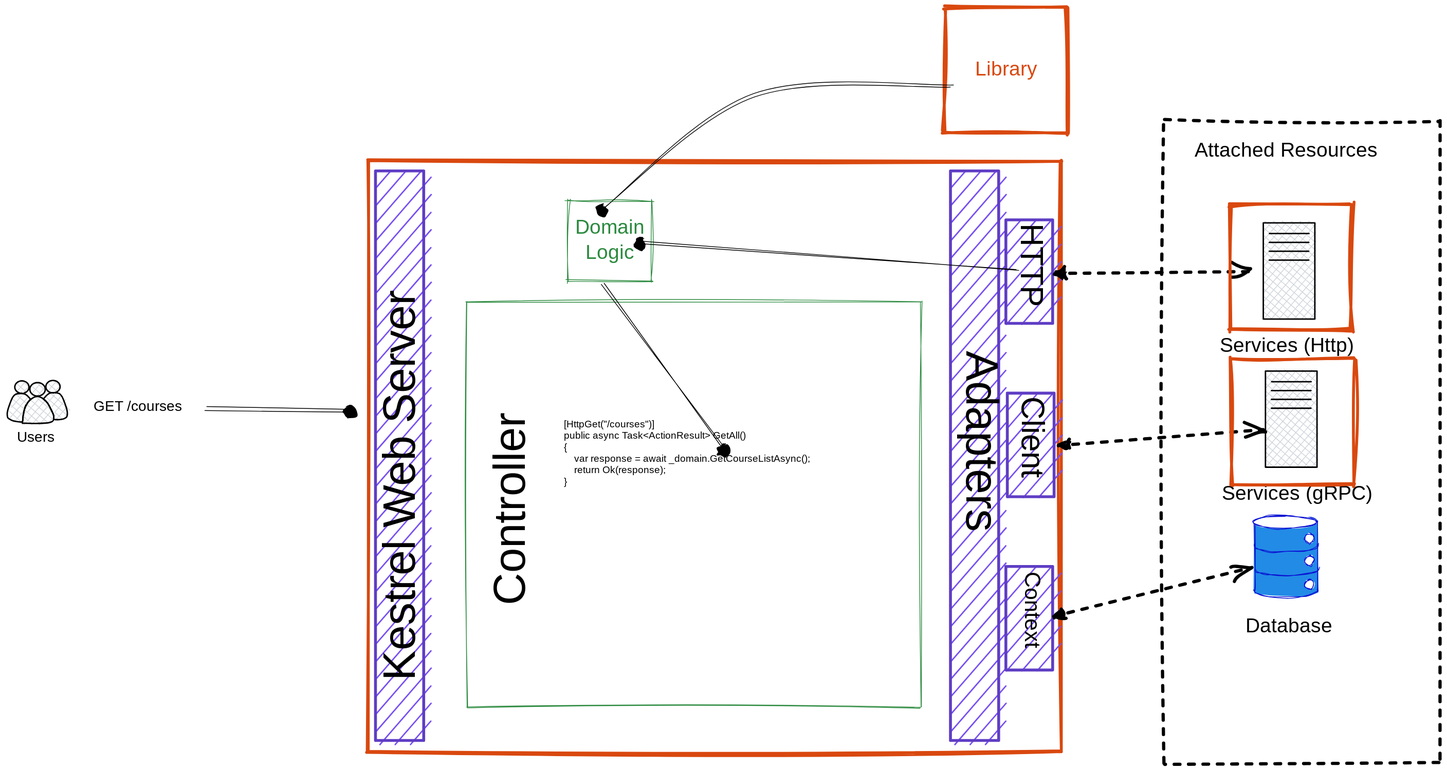
Above: instructor-notes/Services Testing Boundaries.excalidraw.svg in hypertheory-services/services-developer-testing-starter-nov-2022 (Excalidraw), before the change. Source tidied: one line per element, renumbered; positions are measured from the earlier drawing's top-left corner, leaving out a move shared by most shapes. Its diagram source:
```json
{"id": 0, "type": "rectangle", "strokeColor": "#d9480f", "strokeWidth": 4, "roughness": 2, "x": 501, "y": 214, "width": 964, "height": 821}
{"id": 1, "type": "rectangle", "strokeColor": "#000000", "backgroundColor": "#ced4da", "fillStyle": "cross-hatch", "strokeWidth": 2, "roughness": 0, "x": 1746, "y": 300, "width": 72, "height": 134}
{"id": 2, "type": "line", "strokeColor": "#000000", "backgroundColor": "#ced4da", "fillStyle": "cross-hatch", "strokeWidth": 2, "roughness": 0, "x": 1754, "y": 315, "width": 55, "height": 0, "points": [[0, 0], [55, 0]]}
{"id": 3, "type": "line", "strokeColor": "#000000", "backgroundColor": "#ced4da", "fillStyle": "cross-hatch", "strokeWidth": 2, "roughness": 0, "x": 1754, "y": 327, "width": 55, "height": 0, "points": [[0, 0], [55, 0]]}
{"id": 4, "type": "line", "strokeColor": "#000000", "backgroundColor": "#ced4da", "fillStyle": "cross-hatch", "strokeWidth": 2, "roughness": 0, "x": 1754, "y": 339, "width": 55, "height": 0, "points": [[0, 0], [55, 0]]}
{"id": 5, "type": "line", "strokeColor": "#000000", "backgroundColor": "#ced4da", "fillStyle": "cross-hatch", "strokeWidth": 2, "roughness": 0, "x": 1754, "y": 352, "width": 55, "height": 0, "points": [[0, 0], [55, 0]]}
{"id": 6, "type": "text", "text": "Attached Resources", "strokeColor": "#000000", "strokeWidth": 4, "roughness": 2, "fontSize": 28, "fontFamily": 1, "x": 1650, "y": 183, "width": 281, "height": 35}
{"id": 7, "type": "rectangle", "strokeColor": "#5f3dc4", "backgroundColor": "#7950f2", "fillStyle": "hachure", "strokeWidth": 4, "roughness": 0, "x": 512, "y": 228, "width": 67, "height": 792}
{"id": 8, "type": "text", "text": "Kestrel Web Server", "strokeColor": "#000000", "angle": 4.71, "backgroundColor": "#7950f2", "fillStyle": "hachure", "strokeWidth": 4, "roughness": 2, "fontSize": 62.76, "fontFamily": 1, "x": 254, "y": 601, "width": 592, "height": 79}
{"id": 9, "type": "rectangle", "strokeColor": "#5f3dc4", "backgroundColor": "#7950f2", "fillStyle": "hachure", "strokeWidth": 4, "roughness": 0, "x": 1311, "y": 228, "width": 67, "height": 792}
{"id": 10, "type": "text", "text": "Adapters", "strokeColor": "#000000", "angle": 1.57, "backgroundColor": "#7950f2", "fillStyle": "hachure", "strokeWidth": 4, "roughness": 2, "fontSize": 62.76, "fontFamily": 1, "x": 1208, "y": 580, "width": 283, "height": 79}
{"id": 11, "type": "rectangle", "strokeColor": "#000000", "strokeWidth": 4, "strokeStyle": "dashed", "roughness": 2, "x": 1608, "y": 158, "width": 383, "height": 893}
{"id": 12, "type": "rectangle", "strokeColor": "#5f3dc4", "backgroundColor": "#7950f2", "fillStyle": "hachure", "strokeWidth": 4, "roughness": 0, "x": 1388, "y": 296, "width": 65, "height": 144}
{"id": 13, "type": "text", "text": "HTTP", "strokeColor": "#000000", "angle": 1.57, "backgroundColor": "#7950f2", "fillStyle": "hachure", "strokeWidth": 4, "roughness": 2, "fontSize": 44.18, "fontFamily": 1, "x": 1356, "y": 336, "width": 127, "height": 56}
{"id": 14, "type": "arrow", "strokeColor": "#000000", "strokeWidth": 4, "strokeStyle": "dashed", "roughness": 2, "startArrowhead": "triangle", "endArrowhead": "arrow", "from": 13, "to": 1, "x": 1457, "y": 369, "width": 274, "height": 3, "points": [[0, 0], [274, -3]]}
{"id": 15, "type": "text", "text": "Users", "strokeColor": "#000000", "backgroundColor": "white", "fillStyle": "solid", "strokeWidth": 1, "roughness": 1, "fontSize": 20, "fontFamily": 1, "x": 13, "y": 586, "width": 58, "height": 25}
{"id": 16, "type": "ellipse", "strokeColor": "#000000", "backgroundColor": "#ced4da", "fillStyle": "cross-hatch", "strokeWidth": 2, "roughness": 0, "x": 54, "y": 519, "width": 20, "height": 17}
{"id": 17, "type": "ellipse", "strokeColor": "#000000", "backgroundColor": "#ced4da", "fillStyle": "cross-hatch", "strokeWidth": 2, "roughness": 0, "x": 11, "y": 520, "width": 20, "height": 17}
{"id": 18, "type": "line", "strokeColor": "#000000", "backgroundColor": "#ced4da", "fillStyle": "cross-hatch", "strokeWidth": 2, "roughness": 0, "x": 21, "y": 579, "width": 42, "height": 37, "points": [[0, 0], [5, -25], [20, -37], [35, -27], [42, -3], [0, 0]]}
{"id": 19, "type": "ellipse", "strokeColor": "#000000", "backgroundColor": "#ced4da", "fillStyle": "cross-hatch", "strokeWidth": 2, "roughness": 0, "x": 31, "y": 522, "width": 21, "height": 19}
{"id": 20, "type": "line", "strokeColor": "#000000", "backgroundColor": "#ced4da", "fillStyle": "cross-hatch", "strokeWidth": 2, "roughness": 0, "x": 50, "y": 545, "width": 33, "height": 37, "points": [[0, 0], [5, -6], [10, -8], [17, -9], [22, -8], [26, -4], [28, 2], [31, 8], [33, 14], [33, 20], [33, 25], [29, 27], [25, 28], [19, 29], [15, 28], [14, 22], [13, 19], [10, 13], [6, 6], [0, 0]]}
{"id": 21, "type": "line", "strokeColor": "#000000", "backgroundColor": "#ced4da", "fillStyle": "cross-hatch", "strokeWidth": 2, "roughness": 0, "x": 32, "y": 545, "width": 32, "height": 39, "points": [[0, 0], [-4, -4], [-8, -7], [-16, -8], [-21, -6], [-25, -2], [-27, 3], [-29, 9], [-31, 16], [-32, 21], [-31, 26], [-28, 28], [-24, 30], [-18, 31], [-11, 31], [-10, 24], [-10, 21], [-8, 15], [-5, 7], [0, 0]]}
{"id": 22, "type": "line", "strokeColor": "#0a11d3", "backgroundColor": "#228be6", "fillStyle": "solid", "strokeWidth": 1, "roughness": 1, "x": 1733, "y": 715, "width": 88, "height": 114, "points": [[0, 0], [0, 86], [0, 96], [5, 100], [20, 104], [47, 105], [72, 103], [86, 99], [88, 95], [88, 87], [88, 7], [87, 0], [82, -5], [70, -7], [43, -9], [21, -8], [4, -4], [0, 0], [0, 0]]}
{"id": 23, "type": "line", "strokeColor": "#0a11d3", "strokeWidth": 1, "roughness": 1, "x": 1734, "y": 781, "width": 88, "height": 10, "points": [[0, 0], [2, 4], [12, 7], [26, 9], [47, 9], [71, 8], [85, 3], [88, 0]]}
{"id": 24, "type": "line", "strokeColor": "#0a11d3", "strokeWidth": 1, "roughness": 1, "x": 1733, "y": 748, "width": 88, "height": 10, "points": [[0, 0], [2, 4], [12, 7], [26, 9], [47, 9], [71, 8], [85, 3], [88, 0]]}
{"id": 25, "type": "ellipse", "strokeColor": "#0a11d3", "backgroundColor": "#fff", "fillStyle": "solid", "strokeWidth": 1, "roughness": 1, "x": 1732, "y": 707, "width": 88, "height": 18}
{"id": 26, "type": "ellipse", "strokeColor": "#0a11d3", "backgroundColor": "#fff", "fillStyle": "solid", "strokeWidth": 1, "roughness": 1, "x": 1803, "y": 732, "width": 13, "height": 14}
{"id": 27, "type": "ellipse", "strokeColor": "#0a11d3", "backgroundColor": "#fff", "fillStyle": "solid", "strokeWidth": 1, "roughness": 1, "x": 1803, "y": 763, "width": 13, "height": 14}
{"id": 28, "type": "ellipse", "strokeColor": "#0a11d3", "backgroundColor": "#fff", "fillStyle": "solid", "strokeWidth": 1, "roughness": 1, "x": 1803, "y": 796, "width": 13, "height": 14}
{"id": 29, "type": "text", "text": "Services (Http)", "strokeColor": "#000000", "strokeWidth": 4, "strokeStyle": "dashed", "roughness": 2, "fontSize": 28, "fontFamily": 1, "x": 1685, "y": 454, "width": 208, "height": 35}
{"id": 30, "type": "text", "text": "Database", "strokeColor": "#000000", "strokeWidth": 4, "strokeStyle": "dashed", "roughness": 2, "fontSize": 28, "fontFamily": 1, "x": 1721, "y": 844, "width": 140, "height": 35}
{"id": 31, "type": "rectangle", "strokeColor": "#5f3dc4", "backgroundColor": "#7950f2", "fillStyle": "hachure", "strokeWidth": 4, "roughness": 0, "x": 1388, "y": 778, "width": 65, "height": 144}
{"id": 32, "type": "text", "text": "Context", "strokeColor": "#000000", "angle": 1.57, "backgroundColor": "#7950f2", "fillStyle": "hachure", "strokeWidth": 4, "roughness": 2, "fontSize": 30.72, "fontFamily": 1, "x": 1361, "y": 827, "width": 122, "height": 38}
{"id": 33, "type": "arrow", "strokeColor": "#000000", "strokeWidth": 4, "strokeStyle": "dashed", "roughness": 2, "startArrowhead": "triangle", "endArrowhead": "arrow", "from": 32, "x": 1456, "y": 847, "width": 272, "height": 66, "points": [[0, 0], [272, -66]]}
{"id": 34, "type": "rectangle", "strokeColor": "#000000", "backgroundColor": "#ced4da", "fillStyle": "cross-hatch", "strokeWidth": 2, "roughness": 0, "x": 1749, "y": 506, "width": 72, "height": 134}
{"id": 35, "type": "line", "strokeColor": "#000000", "backgroundColor": "#ced4da", "fillStyle": "cross-hatch", "strokeWidth": 2, "roughness": 0, "x": 1757, "y": 521, "width": 55, "height": 0, "points": [[0, 0], [55, 0]]}
{"id": 36, "type": "line", "strokeColor": "#000000", "backgroundColor": "#ced4da", "fillStyle": "cross-hatch", "strokeWidth": 2, "roughness": 0, "x": 1757, "y": 533, "width": 55, "height": 0, "points": [[0, 0], [55, 0]]}
{"id": 37, "type": "line", "strokeColor": "#000000", "backgroundColor": "#ced4da", "fillStyle": "cross-hatch", "strokeWidth": 2, "roughness": 0, "x": 1757, "y": 545, "width": 55, "height": 0, "points": [[0, 0], [55, 0]]}
{"id": 38, "type": "line", "strokeColor": "#000000", "backgroundColor": "#ced4da", "fillStyle": "cross-hatch", "strokeWidth": 2, "roughness": 0, "x": 1757, "y": 558, "width": 55, "height": 0, "points": [[0, 0], [55, 0]]}
{"id": 39, "type": "text", "text": "Services (gRPC)", "strokeColor": "#000000", "strokeWidth": 4, "strokeStyle": "dashed", "roughness": 2, "fontSize": 28, "fontFamily": 1, "x": 1688, "y": 660, "width": 216, "height": 35}
{"id": 40, "type": "rectangle", "strokeColor": "#5f3dc4", "backgroundColor": "#7950f2", "fillStyle": "hachure", "strokeWidth": 4, "roughness": 0, "x": 1390, "y": 537, "width": 65, "height": 144}
{"id": 41, "type": "text", "text": "Client", "strokeColor": "#000000", "angle": 1.57, "backgroundColor": "#7950f2", "fillStyle": "hachure", "strokeWidth": 4, "roughness": 2, "fontSize": 44.18, "fontFamily": 1, "x": 1361, "y": 574, "width": 121, "height": 56}
{"id": 42, "type": "arrow", "strokeColor": "#000000", "strokeWidth": 4, "strokeStyle": "dashed", "roughness": 2, "startArrowhead": "triangle", "endArrowhead": "arrow", "from": 41, "to": 34, "x": 1459, "y": 608, "width": 288, "height": 22, "points": [[0, 0], [288, -22]]}
{"id": 43, "type": "rectangle", "strokeColor": "#2b8a3e", "strokeWidth": 1, "roughness": 2, "x": 639, "y": 410, "width": 631, "height": 564}
{"id": 44, "type": "text", "text": "Controller", "strokeColor": "#000000", "angle": 4.71, "strokeWidth": 1, "roughness": 2, "fontSize": 62.48, "fontFamily": 1, "x": 555, "y": 644, "width": 297, "height": 78}
{"id": 45, "type": "rectangle", "strokeColor": "#2b8a3e", "strokeWidth": 1, "roughness": 2, "x": 779, "y": 269, "width": 117, "height": 113}
{"id": 46, "type": "text", "text": "Domain\nLogic", "strokeColor": "#2b8a3e", "strokeWidth": 1, "roughness": 2, "fontSize": 28, "fontFamily": 1, "textAlign": "center", "verticalAlign": "middle", "inside": 45, "x": 790, "y": 290, "width": 94, "height": 70}
{"id": 47, "type": "arrow", "strokeColor": "#000000", "strokeWidth": 1, "roughness": 2, "endArrowhead": "dot", "from": 45, "x": 828, "y": 384, "width": 168, "height": 231, "points": [[0, 0], [168, 231]]}
{"id": 48, "type": "arrow", "strokeColor": "#000000", "strokeWidth": 1, "roughness": 2, "endArrowhead": "dot", "x": 1406, "y": 364, "width": 525, "height": 38, "points": [[0, 0], [-525, -38]]}
{"id": 49, "type": "rectangle", "strokeColor": "#d9480f", "strokeWidth": 4, "roughness": 2, "x": 1303, "y": 0, "width": 170, "height": 175}
{"id": 50, "type": "text", "text": "Library", "strokeColor": "#d9480f", "strokeWidth": 4, "roughness": 2, "fontSize": 28, "fontFamily": 1, "textAlign": "center", "verticalAlign": "middle", "inside": 49, "x": 1341, "y": 70, "width": 95, "height": 35}
{"id": 51, "type": "arrow", "strokeColor": "#000000", "strokeWidth": 1, "roughness": 2, "endArrowhead": "dot", "x": 1312, "y": 112, "width": 485, "height": 171, "points": [[0, 0], [-274, 12], [-485, 171]]}
{"id": 52, "type": "rectangle", "strokeColor": "#d9480f", "strokeWidth": 4, "roughness": 2, "x": 1699, "y": 275, "width": 170, "height": 175}
{"id": 53, "type": "rectangle", "strokeColor": "#d9480f", "strokeWidth": 4, "roughness": 2, "x": 1702, "y": 490, "width": 170, "height": 175}
{"id": 54, "type": "text", "text": "[HttpGet(\"/courses\")]\npublic async Task<ActionResult> GetAll()\n{\n    var response = await _domain.GetCourseListAsync();\n    return Ok(response);\n}", "strokeColor": "#000000", "strokeWidth": 1, "roughness": 2, "fontSize": 13.69, "fontFamily": 3, "x": 774, "y": 571, "width": 434, "height": 96}
{"id": 55, "type": "text", "text": "GET /courses ", "strokeColor": "#000000", "strokeWidth": 1, "roughness": 2, "fontSize": 20, "fontFamily": 3, "x": 120, "y": 542, "width": 154, "height": 24}
{"id": 56, "type": "arrow", "strokeColor": "#000000", "strokeWidth": 1, "roughness": 2, "endArrowhead": "dot", "from": 55, "to": 0, "x": 276, "y": 557, "width": 197, "height": 2, "points": [[0, 0], [197, 2]]}
```
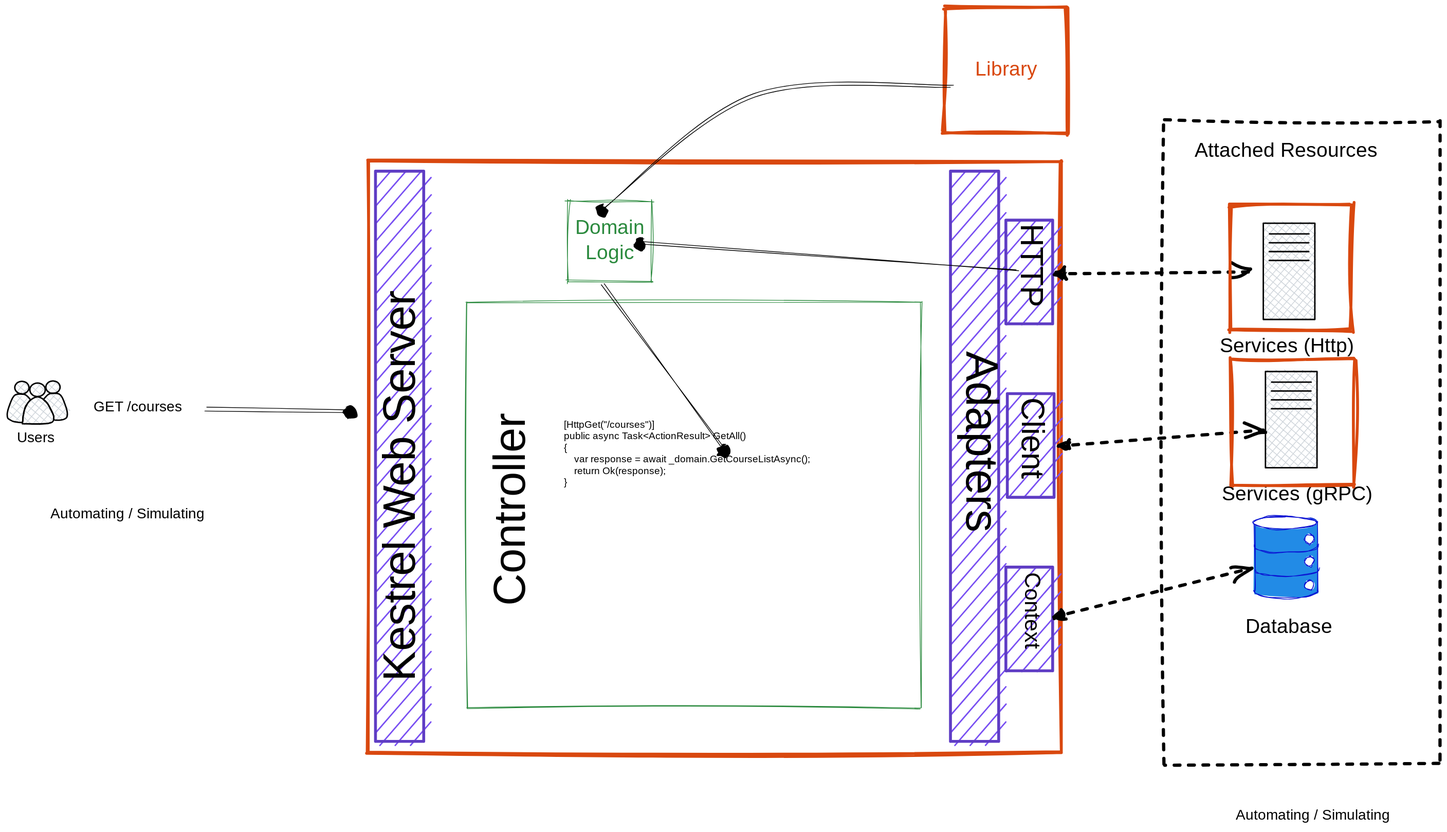
The same diagram one commit later.

Diff of the diagram source:
```diff
@@ -55,3 +55,5 @@
 {"id": 54, "type": "text", "text": "[HttpGet(\"/courses\")]\npublic async Task<ActionResult> GetAll()\n{\n    var response = await _domain.GetCourseListAsync();\n    return Ok(response);\n}", "strokeColor": "#000000", "strokeWidth": 1, "roughness": 2, "fontSize": 13.69, "fontFamily": 3, "x": 774, "y": 571, "width": 434, "height": 96}
 {"id": 55, "type": "text", "text": "GET /courses ", "strokeColor": "#000000", "strokeWidth": 1, "roughness": 2, "fontSize": 20, "fontFamily": 3, "x": 120, "y": 542, "width": 154, "height": 24}
 {"id": 56, "type": "arrow", "strokeColor": "#000000", "strokeWidth": 1, "roughness": 2, "endArrowhead": "dot", "from": 55, "to": 0, "x": 276, "y": 557, "width": 197, "height": 2, "points": [[0, 0], [197, 2]]}
+{"id": 57, "type": "text", "text": "Automating / Simulating", "strokeColor": "#000000", "strokeWidth": 1, "roughness": 1, "fontSize": 20, "fontFamily": 1, "x": 60, "y": 692, "width": 234, "height": 25}
+{"id": 58, "type": "text", "text": "Automating / Simulating", "strokeColor": "#000000", "strokeWidth": 1, "roughness": 1, "fontSize": 20, "fontFamily": 1, "x": 1707, "y": 1110, "width": 234, "height": 25}
```
